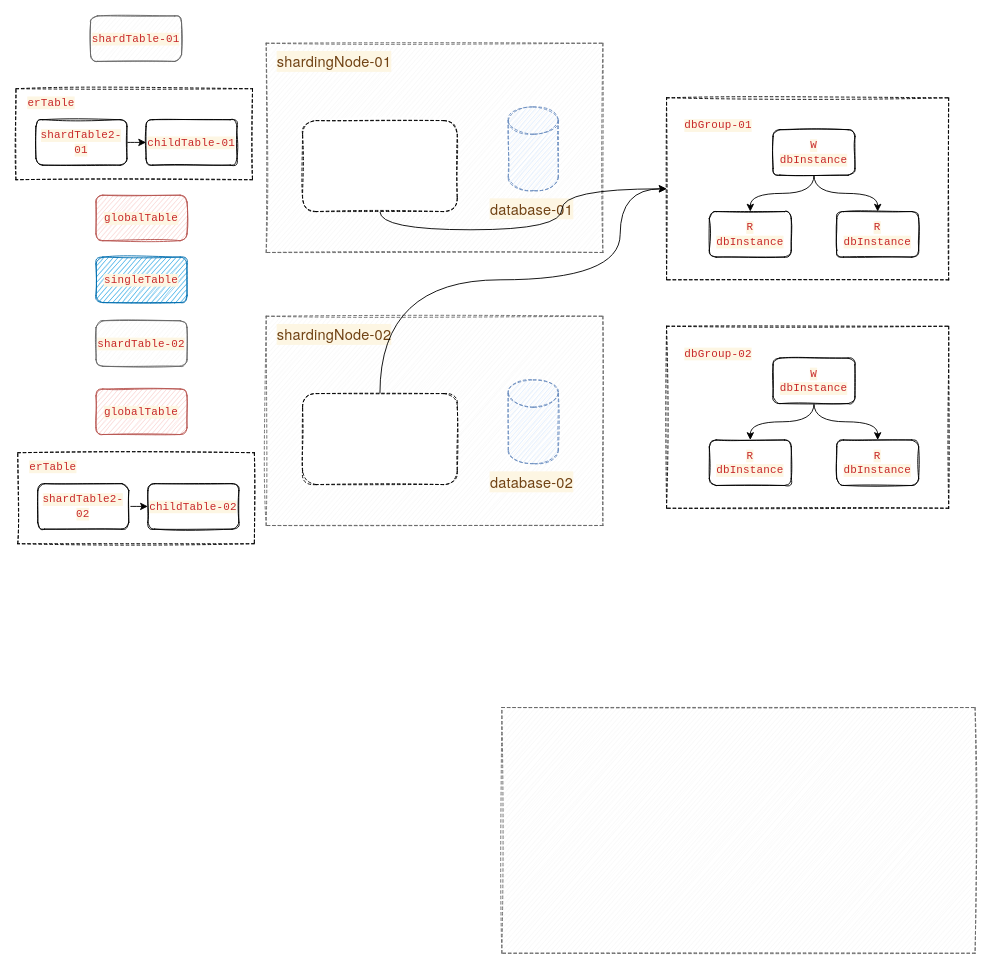
starjavaer/diagram keeps this draw.io diagram as 数据库中间件.drawio. Above is the earlier version. Source tidied: cells renumbered, new cells numbered last; positions are measured from the earlier drawing's top-left corner, leaving out a move shared by most shapes. Both pictures are drawn from the tidied source at 91%, with x=0, y=0 at pixel (15, 15).
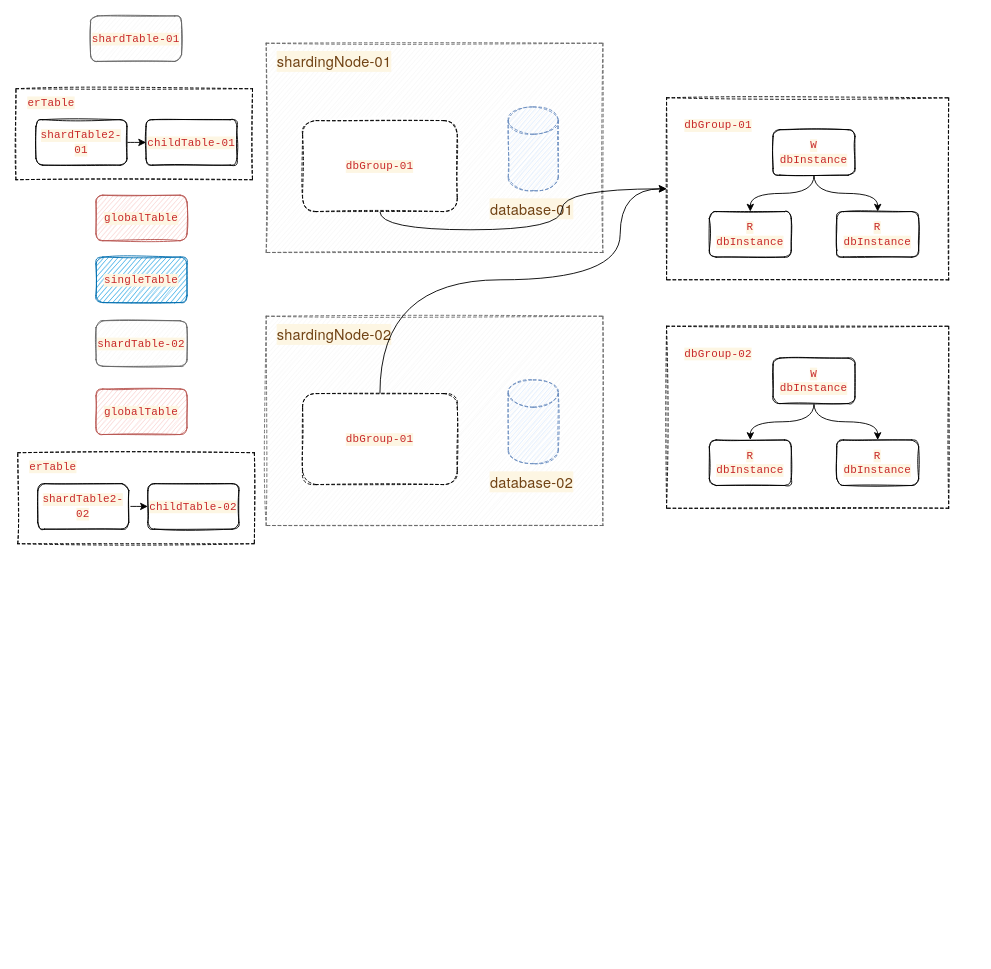
The same diagram, later.

Commit message:
Update 数据库中间件.drawio

The edit, as a diff of the source:
```diff
@@
-    <mxCell id="17" style="rounded=0;whiteSpace=wrap;html=1;sketch=1;fillColor=#f5f5f5;fontColor=#333333;strokeColor=#666666;dashed=1;" parent="1" vertex="1">
-      <mxGeometry x="534" y="760" width="520" height="270" as="geometry" />
-    </mxCell>
@@
-    <mxCell id="26" style="rounded=1;whiteSpace=wrap;html=1;dashed=1;sketch=1;" parent="1" vertex="1">
+    <mxCell id="26" value="&lt;span style=&quot;color: rgb(200 , 40 , 41) ; font-family: &amp;#34;consolas&amp;#34; , &amp;#34;liberation mono&amp;#34; , &amp;#34;menlo&amp;#34; , &amp;#34;courier&amp;#34; , monospace ; letter-spacing: 0.2px ; background-color: rgb(253 , 246 , 227)&quot;&gt;dbGroup-01&lt;/span&gt;" style="rounded=1;whiteSpace=wrap;html=1;dashed=1;sketch=1;" parent="1" vertex="1">
       <mxGeometry x="315" y="115" width="170" height="100" as="geometry" />
     </mxCell>
@@
-    <mxCell id="32" style="rounded=1;whiteSpace=wrap;html=1;dashed=1;sketch=1;" parent="1" vertex="1">
+    <mxCell id="32" value="&lt;span style=&quot;color: rgb(200 , 40 , 41) ; font-family: &amp;#34;consolas&amp;#34; , &amp;#34;liberation mono&amp;#34; , &amp;#34;menlo&amp;#34; , &amp;#34;courier&amp;#34; , monospace ; letter-spacing: 0.2px ; background-color: rgb(253 , 246 , 227)&quot;&gt;dbGroup-01&lt;/span&gt;" style="rounded=1;whiteSpace=wrap;html=1;dashed=1;sketch=1;" parent="1" vertex="1">
       <mxGeometry x="315" y="415" width="170" height="100" as="geometry" />
     </mxCell>
```
